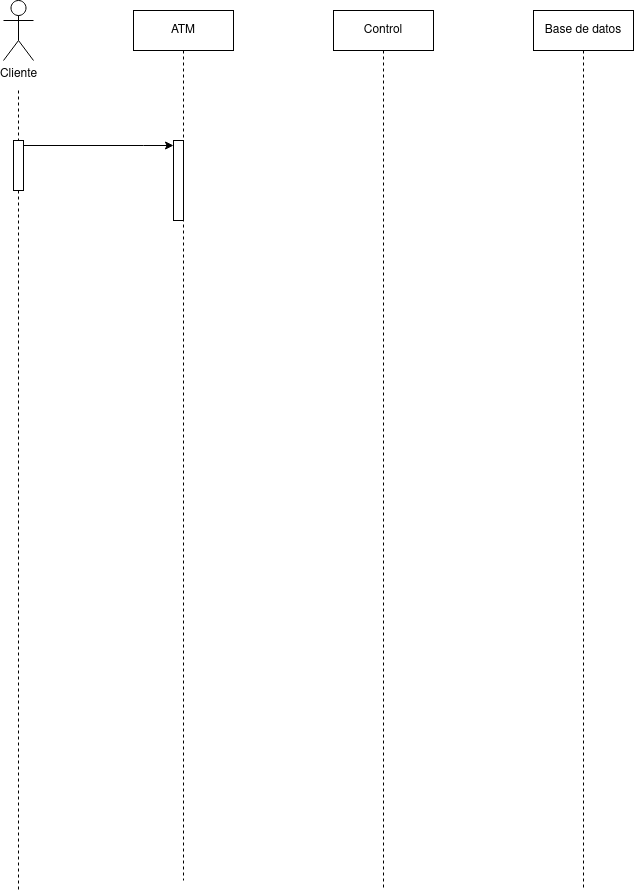
The draw.io diagram diagramas_secuencias/cajero-automatico/diagrama-secuencias-cajero-automatico.drawio.png in JesusLugo2002/ETS, before a commit. Source tidied: cells renumbered, new cells last; positions are measured from the earlier drawing's top-left corner, leaving out a move shared by most shapes.
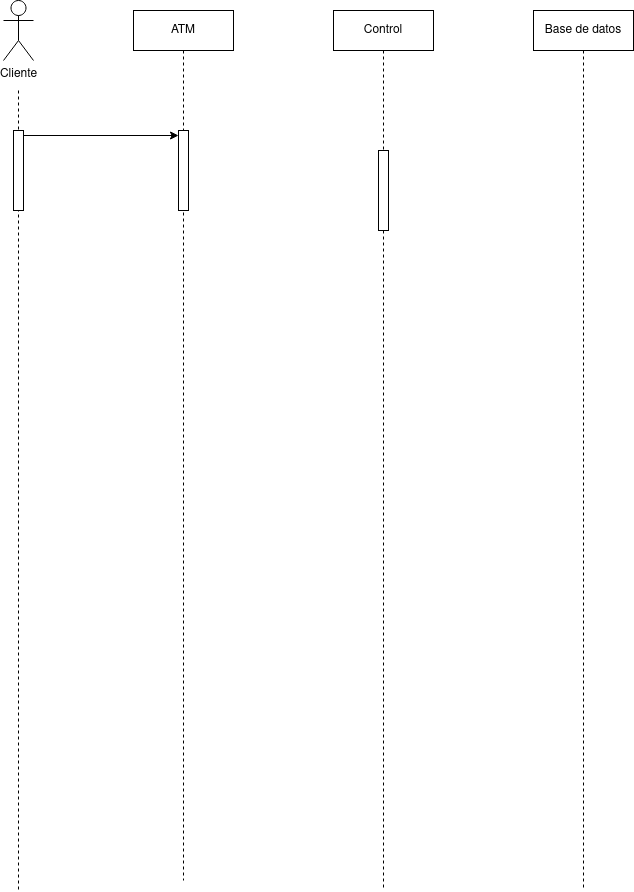
The same file after the commit.

What changed in the source:
```diff
@@ -5,38 +5,38 @@
     <mxCell id="2" value="ATM" style="shape=umlLifeline;perimeter=lifelinePerimeter;whiteSpace=wrap;html=1;newEdgeStyle={&quot;curved&quot;:0,&quot;rounded&quot;:0};" parent="1" vertex="1">
       <mxGeometry x="130" y="10" width="100" height="870" as="geometry" />
     </mxCell>
-    <mxCell id="3" style="html=1;points=[[0,0,0,0,5],[0,1,0,0,-5],[1,0,0,0,5],[1,1,0,0,-5]];perimeter=orthogonalPerimeter;outlineConnect=0;targetShapes=umlLifeline;portConstraint=eastwest;newEdgeStyle={&quot;curved&quot;:0,&quot;rounded&quot;:0};" parent="2" vertex="1">
-      <mxGeometry x="40" y="130" width="10" height="80" as="geometry" />
-    </mxCell>
+    <mxCell id="11" style="html=1;points=[[0,0,0,0,5],[0,1,0,0,-5],[1,0,0,0,5],[1,1,0,0,-5]];perimeter=orthogonalPerimeter;outlineConnect=0;targetShapes=umlLifeline;portConstraint=eastwest;newEdgeStyle={&quot;curved&quot;:0,&quot;rounded&quot;:0};" parent="2" vertex="1">
+      <mxGeometry x="45" y="120" width="10" height="80" as="geometry" />
+    </mxCell>
     <mxCell id="4" value="Control" style="shape=umlLifeline;perimeter=lifelinePerimeter;whiteSpace=wrap;html=1;newEdgeStyle={&quot;curved&quot;:0,&quot;rounded&quot;:0};" parent="1" vertex="1">
       <mxGeometry x="330" y="10" width="100" height="880" as="geometry" />
     </mxCell>
+    <mxCell id="12" style="html=1;perimeter=orthogonalPerimeter;targetShapes=umlLifeline;newEdgeStyle={&quot;curved&quot;:0,&quot;rounded&quot;:0};" parent="4" vertex="1">
+      <mxGeometry x="45" y="140" width="10" height="80" as="geometry" />
+    </mxCell>
     <mxCell id="5" value="Base de datos" style="shape=umlLifeline;perimeter=lifelinePerimeter;whiteSpace=wrap;html=1;newEdgeStyle={&quot;curved&quot;:0,&quot;rounded&quot;:0};" parent="1" vertex="1">
       <mxGeometry x="530" y="10" width="100" height="880" as="geometry" />
     </mxCell>
-    <mxCell id="6" style="rounded=0;jettySize=auto;html=1;dashed=1;endArrow=none;endFill=0;" parent="1" edge="1" source="10">
+    <mxCell id="6" style="rounded=0;orthogonalLoop=1;jettySize=auto;html=1;dashed=1;endArrow=none;endFill=0;" parent="1" edge="1">
       <mxGeometry relative="1" as="geometry">
+        <mxPoint x="15" y="190" as="sourcePoint" />
         <mxPoint x="15" y="890" as="targetPoint" />
       </mxGeometry>
     </mxCell>
     <mxCell id="7" value="Cliente" style="shape=umlActor;verticalLabelPosition=bottom;verticalAlign=top;html=1;" parent="1" vertex="1">
       <mxGeometry width="30" height="60" as="geometry" />
     </mxCell>
-    <mxCell id="8" style="rounded=0;jettySize=auto;html=1;dashed=1;endArrow=none;endFill=0;" parent="1" edge="1" target="10">
+    <mxCell id="8" style="rounded=0;orthogonalLoop=1;jettySize=auto;html=1;dashed=1;endArrow=none;endFill=0;" parent="1" edge="1">
       <mxGeometry relative="1" as="geometry">
         <mxPoint x="15" y="90" as="sourcePoint" />
+        <mxPoint x="15" y="190" as="targetPoint" />
       </mxGeometry>
     </mxCell>
-    <mxCell id="9" style="edgeStyle=orthogonalEdgeStyle;rounded=0;jettySize=auto;html=1;curved=0;exitX=1;exitY=0;exitDx=0;exitDy=5;exitPerimeter=0;" parent="1" edge="1" source="10" target="3">
-      <mxGeometry relative="1" as="geometry">
-        <Array as="points">
-          <mxPoint x="140" y="145" />
-          <mxPoint x="140" y="145" />
-        </Array>
-      </mxGeometry>
-    </mxCell>
-    <mxCell id="10" style="html=1;points=[[0,0,0,0,5],[0,1,0,0,-5],[1,0,0,0,5],[1,1,0,0,-5]];perimeter=orthogonalPerimeter;outlineConnect=0;targetShapes=umlLifeline;portConstraint=eastwest;newEdgeStyle={&quot;curved&quot;:0,&quot;rounded&quot;:0};" parent="1" vertex="1">
-      <mxGeometry x="10" y="140" width="10" height="50" as="geometry" />
-    </mxCell>
+    <mxCell id="13" style="html=1;points=[[0,0,0,0,5],[0,1,0,0,-5],[1,0,0,0,5],[1,1,0,0,-5]];perimeter=orthogonalPerimeter;outlineConnect=0;targetShapes=umlLifeline;portConstraint=eastwest;newEdgeStyle={&quot;curved&quot;:0,&quot;rounded&quot;:0};" parent="1" vertex="1">
+      <mxGeometry x="10" y="130" width="10" height="80" as="geometry" />
+    </mxCell>
+    <mxCell id="14" style="rounded=0;jettySize=auto;html=1;entryX=0;entryY=0;entryDx=0;entryDy=5;entryPerimeter=0;" parent="1" edge="1" source="13" target="11">
+      <mxGeometry relative="1" as="geometry" />
+    </mxCell>
   </root>
 </mxGraphModel>
```
